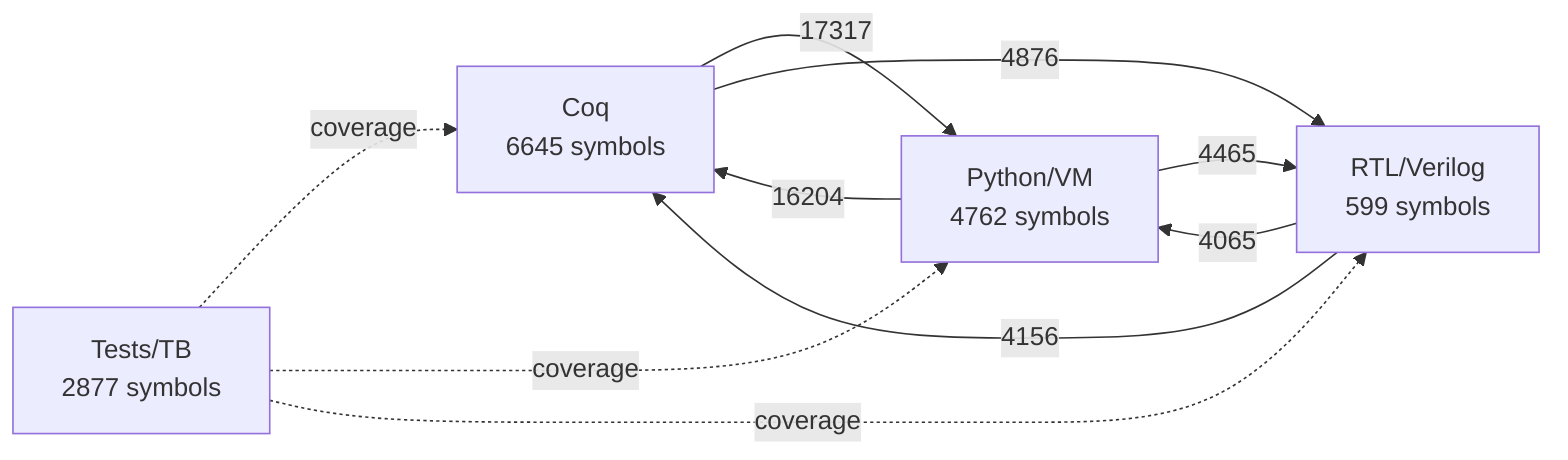
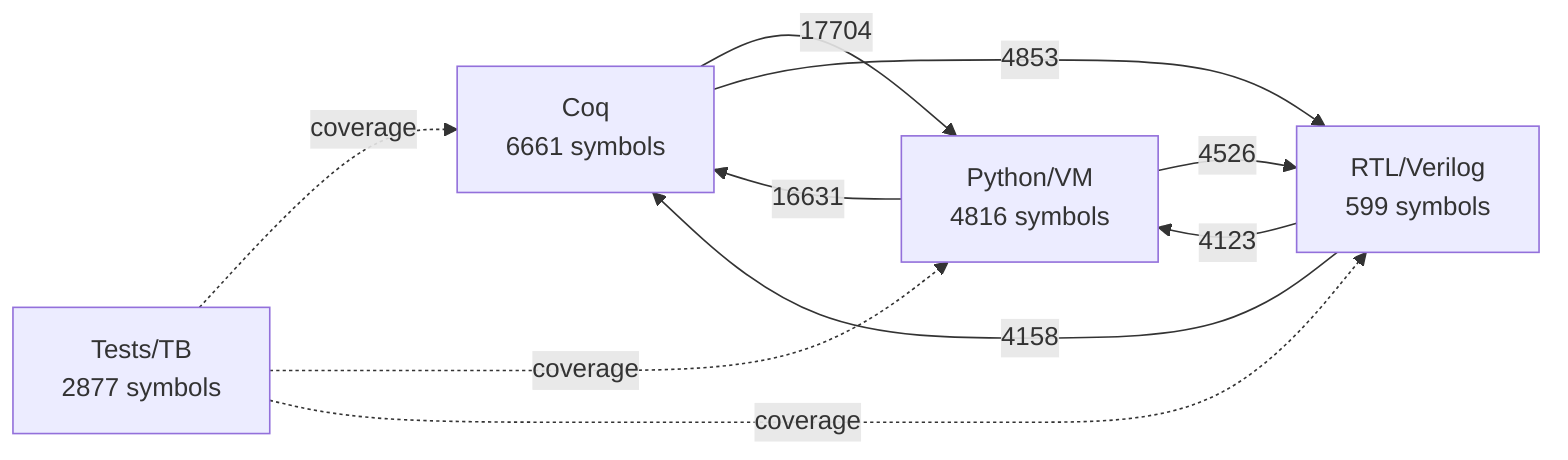
flowchart LR
-   C["Coq\n6645 symbols"]
-   P["Python/VM\n4762 symbols"]
+   C["Coq\n6661 symbols"]
+   P["Python/VM\n4816 symbols"]
  R["RTL/Verilog\n599 symbols"]
  T["Tests/TB\n2877 symbols"]
-   C -->|17317| P
-   P -->|16204| C
-   C -->|4876| R
-   R -->|4156| C
-   P -->|4465| R
-   R -->|4065| P
+   C -->|17704| P
+   P -->|16631| C
+   C -->|4853| R
+   R -->|4158| C
+   P -->|4526| R
+   R -->|4123| P
  T -. coverage .-> C
  T -. coverage .-> P
  T -. coverage .-> R
